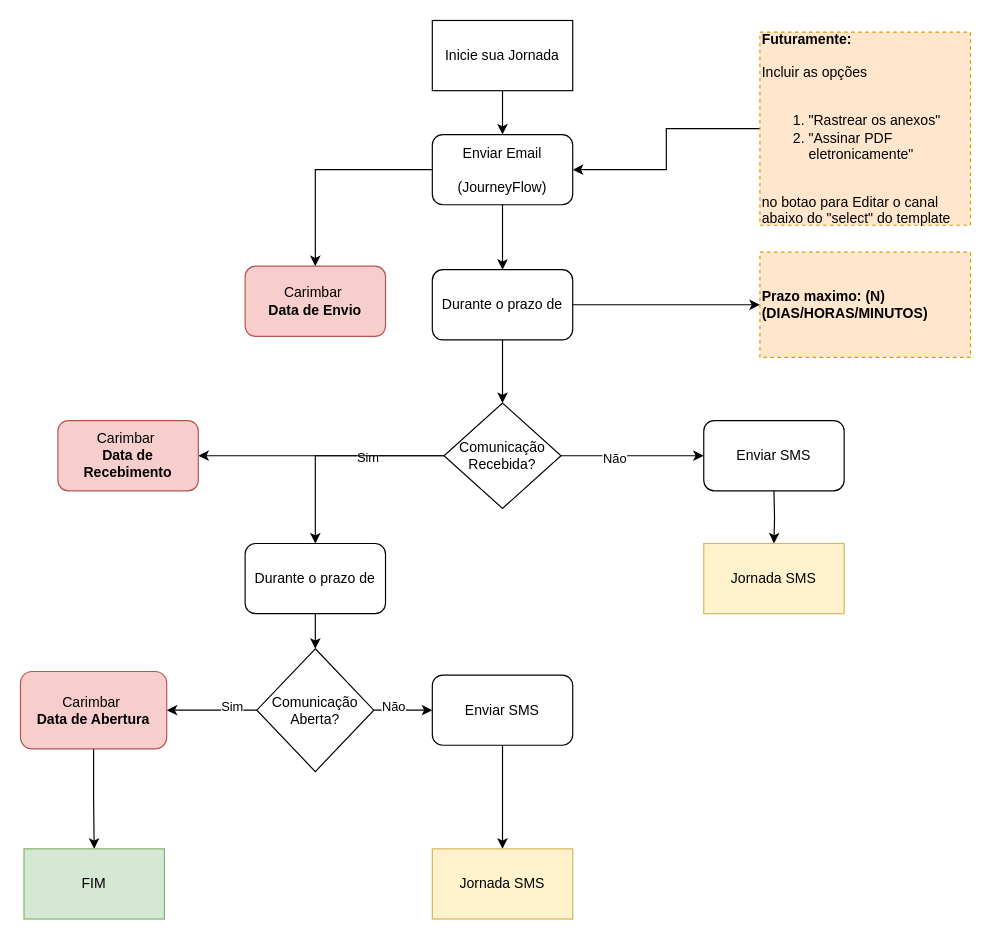
This is page "Desenho Jornada Email Carimbos Multiplos" (3 of 8) of Diagrama Carimbo.drawio from caio-bueno/draws-valid, a draw.io file, before an edit. Source tidied: cells renumbered, new cells numbered last; positions are measured from the earlier drawing's top-left corner, leaving out a move shared by most shapes. Both pictures are drawn from the tidied source at 117%, with x=0, y=0 at pixel (20, 20).
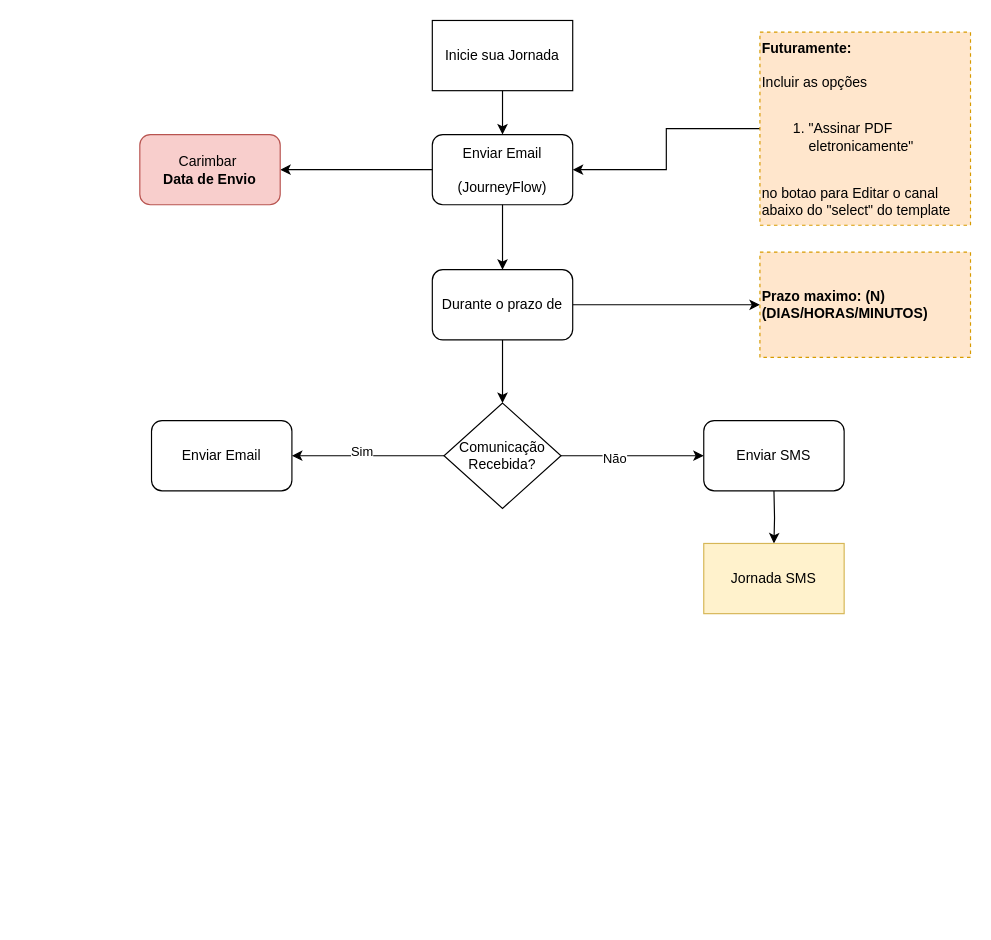
The same page after the edit.

The change refers to these unchanged cells:
```xml
<mxCell id="5" value="Enviar Email&lt;div&gt;&lt;br&gt;&lt;/div&gt;&lt;div&gt;(JourneyFlow)&lt;/div&gt;" style="rounded=1;whiteSpace=wrap;html=1;" parent="1" vertex="1">
  <mxGeometry x="352" y="97.5" width="120" height="60" as="geometry" />
</mxCell>
<mxCell id="11" value="Comunicação Recebida?" style="rhombus;whiteSpace=wrap;html=1;" parent="1" vertex="1">
  <mxGeometry x="362" y="327" width="100" height="90" as="geometry" />
</mxCell>
```

Change to the diagram source:
```diff
@@
-    <mxCell id="4" style="edgeStyle=orthogonalEdgeStyle;rounded=0;jettySize=auto;html=1;" parent="1" edge="1" source="5" target="30">
-      <mxGeometry relative="1" as="geometry" />
-    </mxCell>
@@
-    <mxCell id="8" style="edgeStyle=orthogonalEdgeStyle;rounded=0;jettySize=auto;html=1;" parent="1" edge="1" source="11" target="15">
-      <mxGeometry relative="1" as="geometry" />
-    </mxCell>
-    <mxCell id="9" value="Sim" style="edgeLabel;html=1;align=center;verticalAlign=middle;" parent="8" vertex="1">
-      <mxGeometry x="-0.29" y="1" relative="1" as="geometry" />
-    </mxCell>
-    <mxCell id="10" style="edgeStyle=orthogonalEdgeStyle;rounded=0;jettySize=auto;html=1;" parent="1" edge="1" source="11" target="28">
+    <mxCell id="10" style="edgeStyle=orthogonalEdgeStyle;rounded=0;jettySize=auto;html=1;" parent="1" edge="1" source="5" target="28">
       <mxGeometry relative="1" as="geometry" />
     </mxCell>
+    <mxCell id="37" style="edgeStyle=orthogonalEdgeStyle;rounded=0;jettySize=auto;html=1;" parent="1" edge="1" source="11" target="39">
+      <mxGeometry relative="1" as="geometry" />
+    </mxCell>
+    <mxCell id="38" value="Sim" style="edgeLabel;html=1;align=center;verticalAlign=middle;" parent="37" vertex="1">
+      <mxGeometry x="0.09" y="-4" relative="1" as="geometry" />
+    </mxCell>
@@
-    <mxCell id="14" style="edgeStyle=orthogonalEdgeStyle;rounded=0;jettySize=auto;html=1;" parent="1" edge="1" source="15" target="20">
-      <mxGeometry relative="1" as="geometry" />
-    </mxCell>
-    <mxCell id="15" value="Durante o prazo de" style="rounded=1;whiteSpace=wrap;html=1;" parent="1" vertex="1">
-      <mxGeometry x="192" y="447" width="120" height="60" as="geometry" />
-    </mxCell>
-    <mxCell id="16" style="edgeStyle=orthogonalEdgeStyle;rounded=0;jettySize=auto;html=1;" parent="1" edge="1" source="20" target="22">
-      <mxGeometry relative="1" as="geometry" />
-    </mxCell>
-    <mxCell id="17" value="Não" style="edgeLabel;html=1;align=center;verticalAlign=middle;" parent="16" vertex="1">
-      <mxGeometry x="-0.36" y="3" relative="1" as="geometry" />
-    </mxCell>
-    <mxCell id="18" style="edgeStyle=orthogonalEdgeStyle;rounded=0;jettySize=auto;html=1;" parent="1" edge="1" source="20" target="26">
-      <mxGeometry relative="1" as="geometry" />
-    </mxCell>
-    <mxCell id="19" value="Sim" style="edgeLabel;html=1;align=center;verticalAlign=middle;" parent="18" vertex="1">
-      <mxGeometry x="-0.44" y="-3" relative="1" as="geometry" />
-    </mxCell>
-    <mxCell id="20" value="Comunicação Aberta?" style="rhombus;whiteSpace=wrap;html=1;" parent="1" vertex="1">
-      <mxGeometry x="202" y="537" width="100" height="105" as="geometry" />
-    </mxCell>
-    <mxCell id="21" style="edgeStyle=orthogonalEdgeStyle;rounded=0;jettySize=auto;html=1;" parent="1" edge="1" source="22" target="24">
-      <mxGeometry relative="1" as="geometry" />
-    </mxCell>
-    <mxCell id="22" value="Enviar SMS" style="rounded=1;whiteSpace=wrap;html=1;" parent="1" vertex="1">
-      <mxGeometry x="352" y="559.5" width="120" height="60" as="geometry" />
-    </mxCell>
@@
-    <mxCell id="24" value="Jornada SMS" style="rounded=0;whiteSpace=wrap;html=1;fillColor=#fff2cc;strokeColor=#d6b656;" parent="1" vertex="1">
-      <mxGeometry x="352" y="708" width="120" height="60" as="geometry" />
-    </mxCell>
-    <mxCell id="25" style="edgeStyle=orthogonalEdgeStyle;rounded=0;jettySize=auto;html=1;" parent="1" edge="1" source="26" target="27">
-      <mxGeometry relative="1" as="geometry" />
-    </mxCell>
-    <mxCell id="26" value="Carimbar&amp;nbsp;&lt;div&gt;&lt;b&gt;Data de Abertura&lt;/b&gt;&lt;/div&gt;" style="rounded=1;whiteSpace=wrap;html=1;fillColor=#f8cecc;strokeColor=#b85450;" parent="1" vertex="1">
-      <mxGeometry y="556.4" width="125" height="66.2" as="geometry" />
-    </mxCell>
-    <mxCell id="27" value="FIM" style="rounded=0;whiteSpace=wrap;html=1;fillColor=#d5e8d4;strokeColor=#82b366;" parent="1" vertex="1">
-      <mxGeometry x="3" y="708" width="120" height="60" as="geometry" />
-    </mxCell>
-    <mxCell id="28" value="Carimbar&amp;nbsp;&lt;div&gt;&lt;b&gt;Data de Recebimento&lt;/b&gt;&lt;/div&gt;" style="rounded=1;whiteSpace=wrap;html=1;fillColor=#f8cecc;strokeColor=#b85450;" parent="1" vertex="1">
-      <mxGeometry x="32" y="342" width="120" height="60" as="geometry" />
+    <mxCell id="28" value="Carimbar&amp;nbsp;&lt;div&gt;&lt;b&gt;Data de Envio&lt;/b&gt;&lt;/div&gt;" style="rounded=1;whiteSpace=wrap;html=1;fillColor=#f8cecc;strokeColor=#b85450;" parent="1" vertex="1">
+      <mxGeometry x="102" y="97.5" width="120" height="60" as="geometry" />
     </mxCell>
@@
-    <mxCell id="30" value="Carimbar&amp;nbsp;&lt;div&gt;&lt;b&gt;Data de Envio&lt;/b&gt;&lt;/div&gt;" style="rounded=1;whiteSpace=wrap;html=1;fillColor=#f8cecc;strokeColor=#b85450;" parent="1" vertex="1">
-      <mxGeometry x="192" y="210" width="120" height="60" as="geometry" />
-    </mxCell>
@@
-    <mxCell id="32" value="&lt;div&gt;&lt;b&gt;Futuramente:&lt;/b&gt;&lt;/div&gt;&lt;div&gt;&lt;br&gt;&lt;/div&gt;Incluir as opções&lt;br&gt;&lt;br&gt;&lt;ol&gt;&lt;li&gt;&quot;Rastrear os anexos&quot;&amp;nbsp;&lt;/li&gt;&lt;li&gt;&quot;Assinar PDF eletronicamente&quot;&lt;/li&gt;&lt;/ol&gt;&lt;div&gt;&lt;div&gt;&lt;br&gt;&lt;/div&gt;&lt;div&gt;no botao para Editar o canal&lt;/div&gt;&lt;div&gt;abaixo do &quot;select&quot; do template&lt;/div&gt;&lt;/div&gt;" style="rounded=0;whiteSpace=wrap;html=1;fillColor=#ffe6cc;strokeColor=#d79b00;dashed=1;align=left;" parent="1" vertex="1">
+    <mxCell id="32" value="&lt;div&gt;&lt;b&gt;Futuramente:&lt;/b&gt;&lt;/div&gt;&lt;div&gt;&lt;br&gt;&lt;/div&gt;Incluir as opções&lt;br&gt;&lt;br&gt;&lt;ol&gt;&lt;li&gt;&lt;span style=&quot;background-color: transparent; color: light-dark(rgb(0, 0, 0), rgb(255, 255, 255));&quot;&gt;&quot;Assinar PDF eletronicamente&quot;&lt;/span&gt;&lt;/li&gt;&lt;/ol&gt;&lt;div&gt;&lt;div&gt;&lt;br&gt;&lt;/div&gt;&lt;div&gt;no botao para Editar o canal&lt;/div&gt;&lt;div&gt;abaixo do &quot;select&quot; do template&lt;/div&gt;&lt;/div&gt;" style="rounded=0;whiteSpace=wrap;html=1;fillColor=#ffe6cc;strokeColor=#d79b00;dashed=1;align=left;" parent="1" vertex="1">
       <mxGeometry x="632" y="10" width="180" height="165" as="geometry" />
     </mxCell>
@@
+    <mxCell id="39" value="Enviar Email" style="rounded=1;whiteSpace=wrap;html=1;" parent="1" vertex="1">
+      <mxGeometry x="112" y="342" width="120" height="60" as="geometry" />
+    </mxCell>
```
